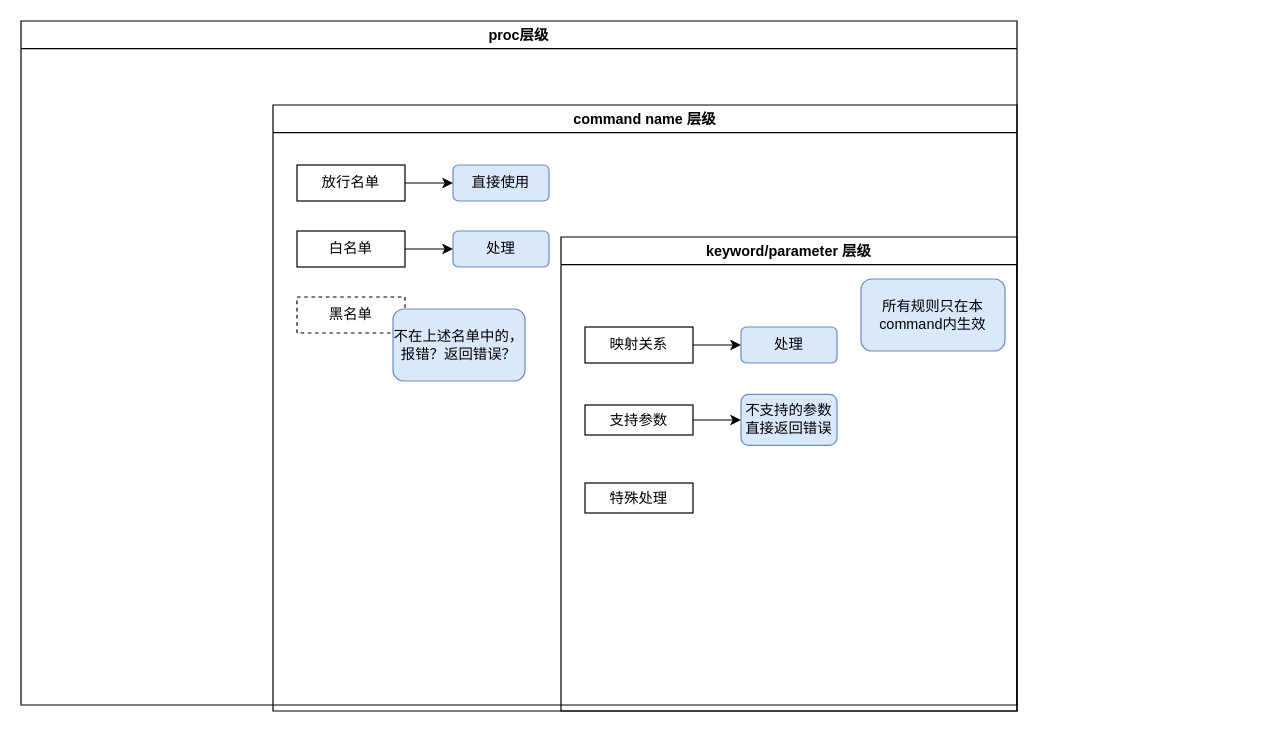
FicmillaR/drawio keeps this draw.io diagram as convert_gt_tcl.drawio. Above is the earlier version. Source tidied: cells renumbered, new cells numbered last; positions are measured from the earlier drawing's top-left corner, leaving out a move shared by most shapes. Both pictures are drawn from the tidied source at 120%, with x=0, y=0 at pixel (20, 20).
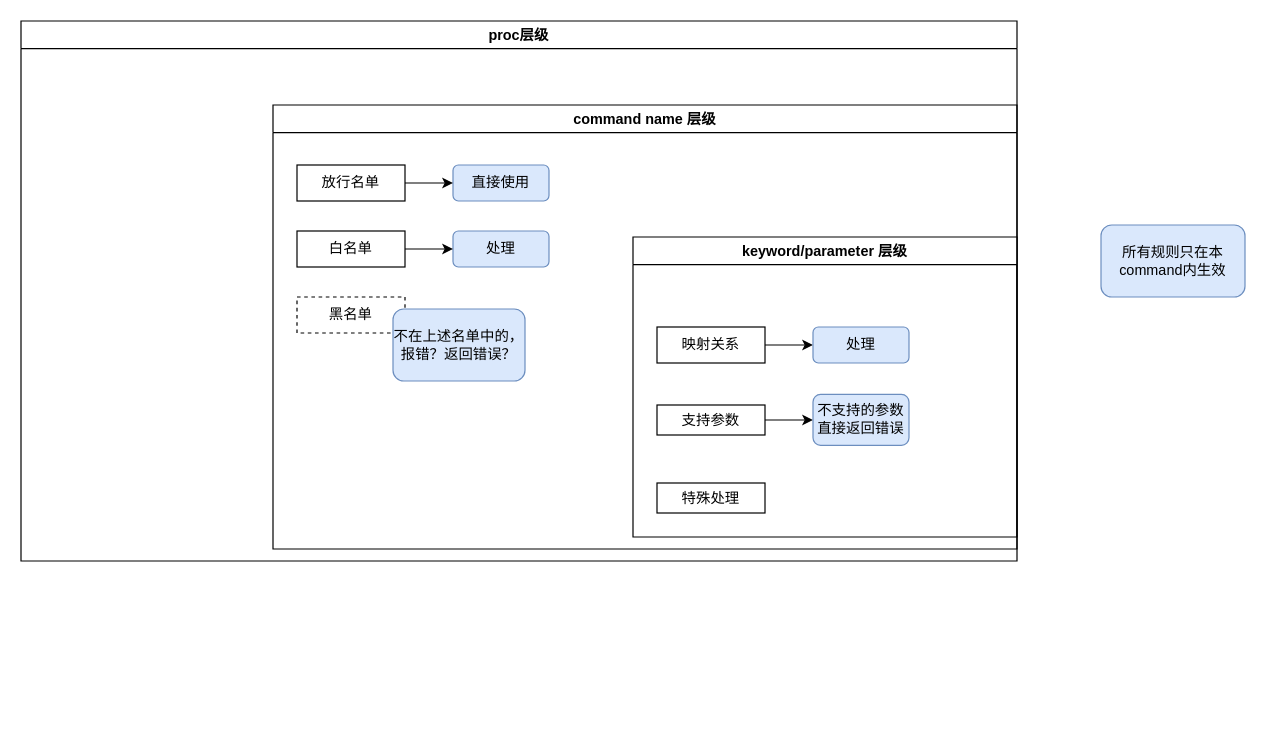
The same diagram, later.

What changed in the source:
```diff
@@
     <mxCell id="2" value="command name 层级" style="swimlane;whiteSpace=wrap;html=1;" parent="1" vertex="1">
-      <mxGeometry x="210" y="70" width="620" height="505" as="geometry" />
+      <mxGeometry x="210" y="70" width="620" height="370" as="geometry" />
     </mxCell>
@@
     <mxCell id="7" value="keyword/parameter 层级" style="swimlane;whiteSpace=wrap;html=1;" parent="2" vertex="1">
-      <mxGeometry x="240" y="110" width="380" height="395" as="geometry" />
+      <mxGeometry x="300" y="110" width="320" height="250" as="geometry" />
     </mxCell>
-    <mxCell id="8" value="所有规则只在本command内生效" style="rounded=1;whiteSpace=wrap;html=1;fillColor=#dae8fc;strokeColor=#6c8ebf;" parent="7" vertex="1">
-      <mxGeometry x="250" y="35" width="120" height="60" as="geometry" />
-    </mxCell>
@@
     <mxCell id="21" value="proc层级" style="swimlane;whiteSpace=wrap;html=1;" parent="1" vertex="1">
-      <mxGeometry width="830" height="570" as="geometry" />
+      <mxGeometry width="830" height="450" as="geometry" />
     </mxCell>
+    <mxCell id="8" value="所有规则只在本command内生效" style="rounded=1;whiteSpace=wrap;html=1;fillColor=#dae8fc;strokeColor=#6c8ebf;" parent="1" vertex="1">
+      <mxGeometry x="900" y="170" width="120" height="60" as="geometry" />
+    </mxCell>
```
